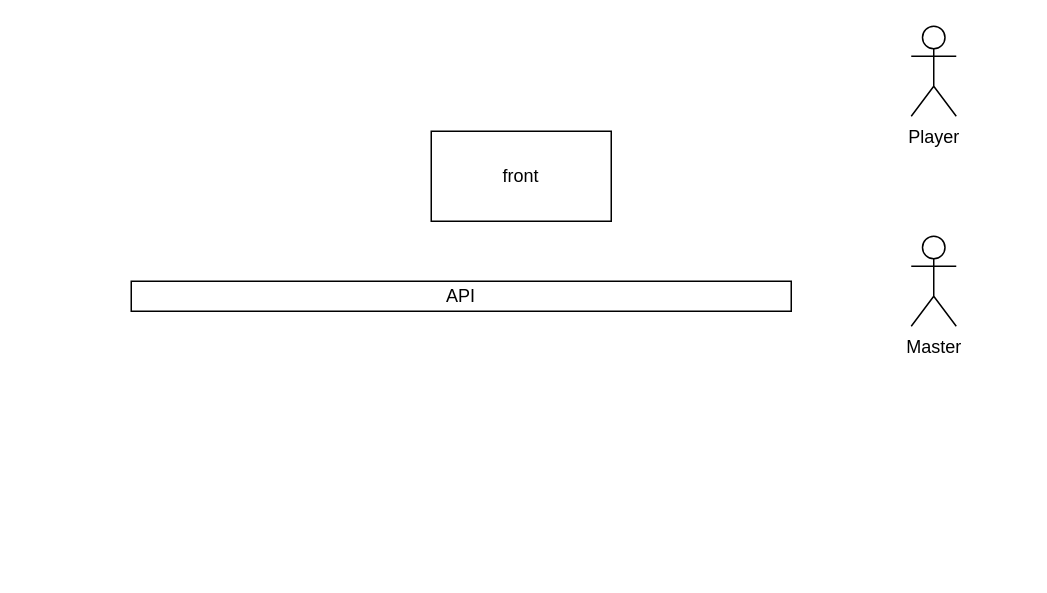
Earlier version of the draw.io diagram draw/mvp.drawio (vigdorov/dnd). Source tidied: cells renumbered, new cells numbered last; positions are measured from the earlier drawing's top-left corner, leaving out a move shared by most shapes. Both pictures are drawn from the tidied source at 150%, with x=0, y=0 at pixel (130, 26).
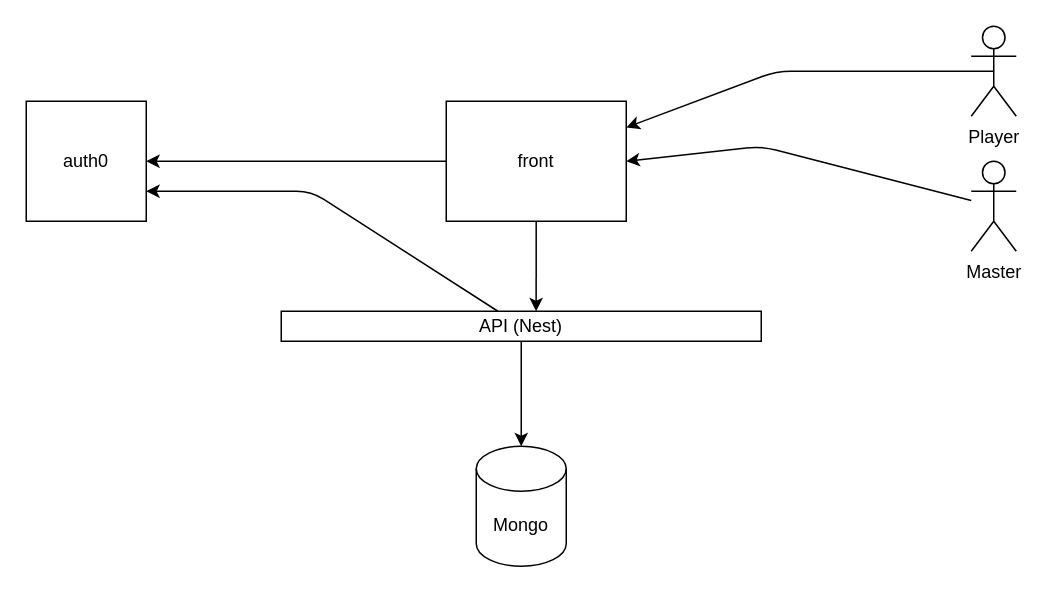
The same page after the edit.

Commit message:
upgrafe mvp

Change to the diagram source:
```diff
@@
 <mxGraphModel>
   <root>
     <mxCell id="0" />
     <mxCell id="1" parent="0" />
+    <mxCell id="6" style="edgeStyle=none;html=1;exitX=0.5;exitY=0.5;exitDx=0;exitDy=0;exitPerimeter=0;" parent="1" edge="1" source="2" target="4">
+      <mxGeometry relative="1" as="geometry">
+        <Array as="points">
+          <mxPoint x="430" y="30" />
+        </Array>
+      </mxGeometry>
+    </mxCell>
     <mxCell id="2" value="Player" style="shape=umlActor;verticalLabelPosition=bottom;verticalAlign=top;html=1;outlineConnect=0;" parent="1" vertex="1">
-      <mxGeometry x="520" width="30" height="60" as="geometry" />
+      <mxGeometry x="560" width="30" height="60" as="geometry" />
     </mxCell>
+    <mxCell id="7" style="edgeStyle=none;html=1;entryX=1;entryY=0.5;entryDx=0;entryDy=0;" parent="1" edge="1" source="3" target="4">
+      <mxGeometry relative="1" as="geometry">
+        <Array as="points">
+          <mxPoint x="420" y="80" />
+        </Array>
+      </mxGeometry>
+    </mxCell>
     <mxCell id="3" value="Master" style="shape=umlActor;verticalLabelPosition=bottom;verticalAlign=top;html=1;outlineConnect=0;" parent="1" vertex="1">
-      <mxGeometry x="520" y="140" width="30" height="60" as="geometry" />
+      <mxGeometry x="560" y="90" width="30" height="60" as="geometry" />
     </mxCell>
+    <mxCell id="8" style="edgeStyle=none;html=1;entryX=1;entryY=0.5;entryDx=0;entryDy=0;" parent="1" edge="1" source="4" target="12">
+      <mxGeometry relative="1" as="geometry" />
+    </mxCell>
+    <mxCell id="9" style="edgeStyle=none;html=1;entryX=0.531;entryY=0;entryDx=0;entryDy=0;entryPerimeter=0;" parent="1" edge="1" source="4" target="5">
+      <mxGeometry relative="1" as="geometry" />
+    </mxCell>
     <mxCell id="4" value="front" style="rounded=0;whiteSpace=wrap;html=1;" parent="1" vertex="1">
-      <mxGeometry x="200" y="70" width="120" height="60" as="geometry" />
+      <mxGeometry x="210" y="50" width="120" height="80" as="geometry" />
     </mxCell>
+    <mxCell id="10" style="edgeStyle=none;html=1;" parent="1" edge="1" source="5" target="13">
+      <mxGeometry relative="1" as="geometry" />
+    </mxCell>
+    <mxCell id="11" style="edgeStyle=none;html=1;entryX=1;entryY=0.75;entryDx=0;entryDy=0;" parent="1" edge="1" source="5" target="12">
+      <mxGeometry relative="1" as="geometry">
+        <Array as="points">
+          <mxPoint x="120" y="110" />
+        </Array>
+      </mxGeometry>
+    </mxCell>
-    <mxCell id="5" value="API" style="rounded=0;whiteSpace=wrap;html=1;" parent="1" vertex="1">
-      <mxGeometry y="170" width="440" height="20" as="geometry" />
+    <mxCell id="5" value="API (Nest)" style="rounded=0;whiteSpace=wrap;html=1;" parent="1" vertex="1">
+      <mxGeometry x="100" y="190" width="320" height="20" as="geometry" />
     </mxCell>
+    <mxCell id="12" value="auth0" style="whiteSpace=wrap;html=1;" parent="1" vertex="1">
+      <mxGeometry x="-70" y="50" width="80" height="80" as="geometry" />
+    </mxCell>
+    <mxCell id="13" value="Mongo" style="shape=cylinder3;whiteSpace=wrap;html=1;boundedLbl=1;backgroundOutline=1;size=15;" parent="1" vertex="1">
+      <mxGeometry x="230" y="280" width="60" height="80" as="geometry" />
+    </mxCell>
   </root>
 </mxGraphModel>
```
